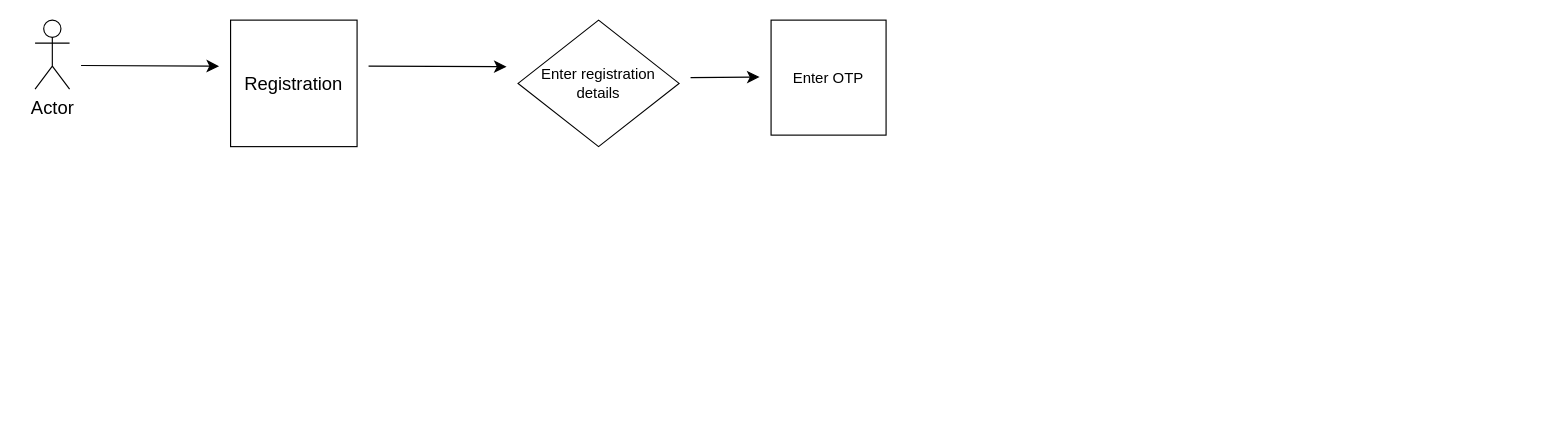
The draw.io diagram Untitled Diagram.drawio in MansaRon/Task-Manager-Api, before the edit. Source tidied: cells renumbered, new cells numbered last; positions are measured from the earlier drawing's top-left corner, leaving out a move shared by most shapes. Both pictures are drawn from the tidied source at 115%, with x=0, y=0 at pixel (34, 20).
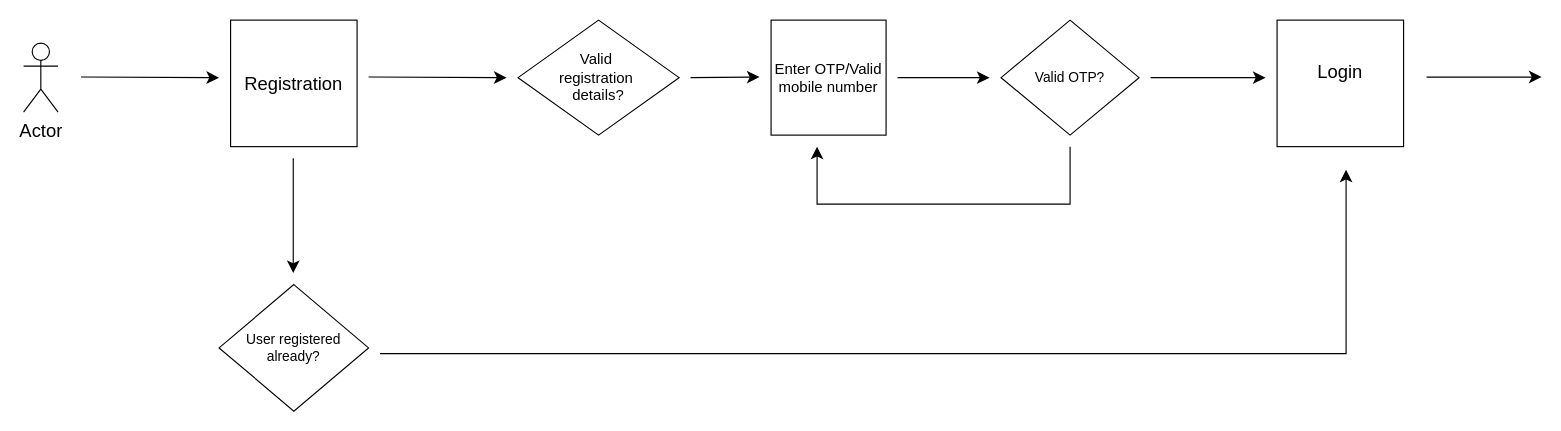
After the change.

Change to the diagram source:
```diff
@@
     <mxCell id="2" value="Actor" style="shape=umlActor;verticalLabelPosition=bottom;verticalAlign=top;html=1;fontSize=16;" parent="1" vertex="1">
-      <mxGeometry width="30" height="60" as="geometry" />
+      <mxGeometry x="-10" y="20" width="30" height="60" as="geometry" />
     </mxCell>
@@
     <mxCell id="4" style="endArrow=classic;html=1;rounded=0;fontSize=12;startSize=8;endSize=8;curved=1;" parent="1" edge="1">
       <mxGeometry relative="1" as="geometry">
-        <mxPoint x="40" y="39.5" as="sourcePoint" />
-        <mxPoint x="160" y="40" as="targetPoint" />
+        <mxPoint x="40" y="49.5" as="sourcePoint" />
+        <mxPoint x="160" y="50" as="targetPoint" />
       </mxGeometry>
     </mxCell>
@@
     <mxCell id="6" style="endArrow=classic;html=1;rounded=0;fontSize=12;startSize=8;endSize=8;curved=1;" parent="1" edge="1">
       <mxGeometry relative="1" as="geometry">
-        <mxPoint x="290" y="40" as="sourcePoint" />
-        <mxPoint x="410" y="40.5" as="targetPoint" />
+        <mxPoint x="290" y="49.5" as="sourcePoint" />
+        <mxPoint x="410" y="50" as="targetPoint" />
       </mxGeometry>
     </mxCell>
-    <mxCell id="7" value="Enter registration details" style="rhombus;whiteSpace=wrap;html=1;fontSize=13;align=center;fontStyle=0;" parent="1" vertex="1">
-      <mxGeometry x="420" width="140" height="110" as="geometry" />
+    <mxCell id="7" value="&lt;div&gt;Valid&amp;nbsp;&lt;/div&gt;&lt;div&gt;registration&amp;nbsp;&lt;/div&gt;&lt;div&gt;details?&lt;/div&gt;" style="rhombus;whiteSpace=wrap;html=1;fontSize=13;align=center;fontStyle=0;" parent="1" vertex="1">
+      <mxGeometry x="420" width="140" height="100" as="geometry" />
     </mxCell>
-    <mxCell id="8" value="Enter OTP" style="whiteSpace=wrap;html=1;fontSize=13;verticalAlign=middle;" parent="1" vertex="1">
+    <mxCell id="8" value="Enter OTP/Valid mobile number" style="whiteSpace=wrap;html=1;fontSize=13;verticalAlign=middle;" parent="1" vertex="1">
       <mxGeometry x="640" width="100" height="100" as="geometry" />
     </mxCell>
@@
+    <mxCell id="10" value="Valid OTP?" style="rhombus;whiteSpace=wrap;html=1;fontSize=12;" parent="1" vertex="1">
+      <mxGeometry x="840" width="120" height="100" as="geometry" />
+    </mxCell>
+    <mxCell id="11" style="endArrow=classic;html=1;rounded=0;fontSize=12;startSize=8;endSize=8;curved=1;" parent="1" edge="1">
+      <mxGeometry relative="1" as="geometry">
+        <mxPoint x="750" y="50" as="sourcePoint" />
+        <mxPoint x="830" y="50" as="targetPoint" />
+      </mxGeometry>
+    </mxCell>
+    <mxCell id="12" style="edgeStyle=elbowEdgeStyle;elbow=vertical;endArrow=classic;html=1;curved=0;rounded=0;endSize=8;startSize=8;fontSize=12;" parent="1" edge="1">
+      <mxGeometry relative="1" as="geometry">
+        <mxPoint x="900" y="110" as="sourcePoint" />
+        <mxPoint x="680" y="110" as="targetPoint" />
+        <Array as="points">
+          <mxPoint x="790" y="160" />
+        </Array>
+      </mxGeometry>
+    </mxCell>
+    <mxCell id="13" value="User registered already?" style="rhombus;whiteSpace=wrap;html=1;fontSize=12;" parent="1" vertex="1">
+      <mxGeometry x="160" y="230" width="130" height="110" as="geometry" />
+    </mxCell>
+    <mxCell id="14" style="endArrow=classic;html=1;rounded=0;fontSize=12;startSize=8;endSize=8;curved=1;" parent="1" edge="1">
+      <mxGeometry relative="1" as="geometry">
+        <mxPoint x="224.5" y="120" as="sourcePoint" />
+        <mxPoint x="224.5" y="220" as="targetPoint" />
+      </mxGeometry>
+    </mxCell>
+    <mxCell id="15" style="edgeStyle=elbowEdgeStyle;elbow=vertical;endArrow=classic;html=1;curved=0;rounded=0;endSize=8;startSize=8;fontSize=12;" parent="1" edge="1">
+      <mxGeometry relative="1" as="geometry">
+        <mxPoint x="300" y="290" as="sourcePoint" />
+        <mxPoint x="1140" y="130" as="targetPoint" />
+        <Array as="points">
+          <mxPoint x="760" y="290" />
+        </Array>
+      </mxGeometry>
+    </mxCell>
+    <mxCell id="16" value="&lt;div&gt;Login&lt;/div&gt;&lt;div&gt;&lt;br&gt;&lt;/div&gt;" style="whiteSpace=wrap;html=1;fontSize=16;" parent="1" vertex="1">
+      <mxGeometry x="1080" width="110" height="110" as="geometry" />
+    </mxCell>
+    <mxCell id="17" style="endArrow=classic;html=1;rounded=0;fontSize=12;startSize=8;endSize=8;curved=1;" parent="1" edge="1">
+      <mxGeometry relative="1" as="geometry">
+        <mxPoint x="970" y="50" as="sourcePoint" />
+        <mxPoint x="1070" y="50" as="targetPoint" />
+      </mxGeometry>
+    </mxCell>
+    <mxCell id="18" style="endArrow=classic;html=1;rounded=0;fontSize=12;startSize=8;endSize=8;curved=1;" parent="1" edge="1">
+      <mxGeometry relative="1" as="geometry">
+        <mxPoint x="1210" y="49.5" as="sourcePoint" />
+        <mxPoint x="1310" y="49.5" as="targetPoint" />
+      </mxGeometry>
+    </mxCell>
```
